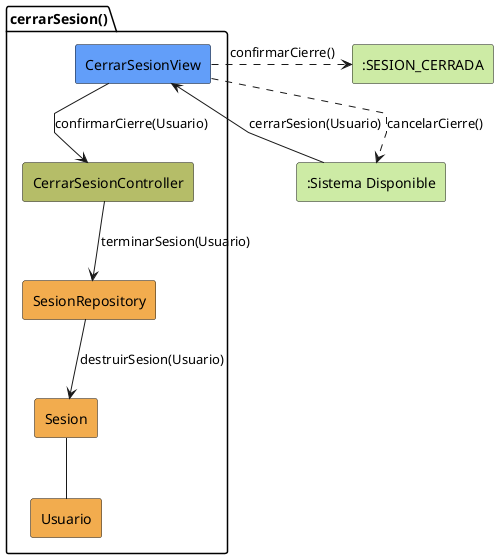
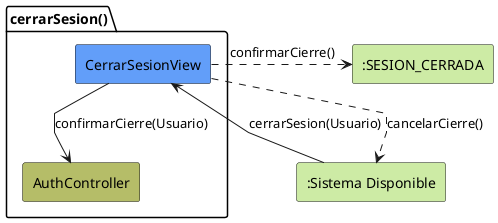
@startuml cerrarSesion-analisis
skinparam linetype polyline

rectangle #CDEBA5 ":Sistema Disponible" as SistemaDisponible
package cerrarSesion as "cerrarSesion()" {
    rectangle #629EF9 CerrarSesionView
-     rectangle #b5bd68 CerrarSesionController
-     rectangle #F2AC4E SesionRepository
-     rectangle #F2AC4E Sesion
-     rectangle #F2AC4E Usuario
+     rectangle #b5bd68 AuthController
}

rectangle #CDEBA5 ":SESION_CERRADA" as SESIONCERRADA

SistemaDisponible -r-> CerrarSesionView: cerrarSesion(Usuario)

- CerrarSesionView -d-> CerrarSesionController: confirmarCierre(Usuario)
- 
- CerrarSesionController --> SesionRepository: terminarSesion(Usuario)
- SesionRepository --> Sesion: destruirSesion(Usuario)
- 
- Sesion -d- Usuario
+ CerrarSesionView -d-> AuthController: confirmarCierre(Usuario)

CerrarSesionView ..> SistemaDisponible: cancelarCierre()
CerrarSesionView ..r.> SESIONCERRADA: confirmarCierre()

@enduml